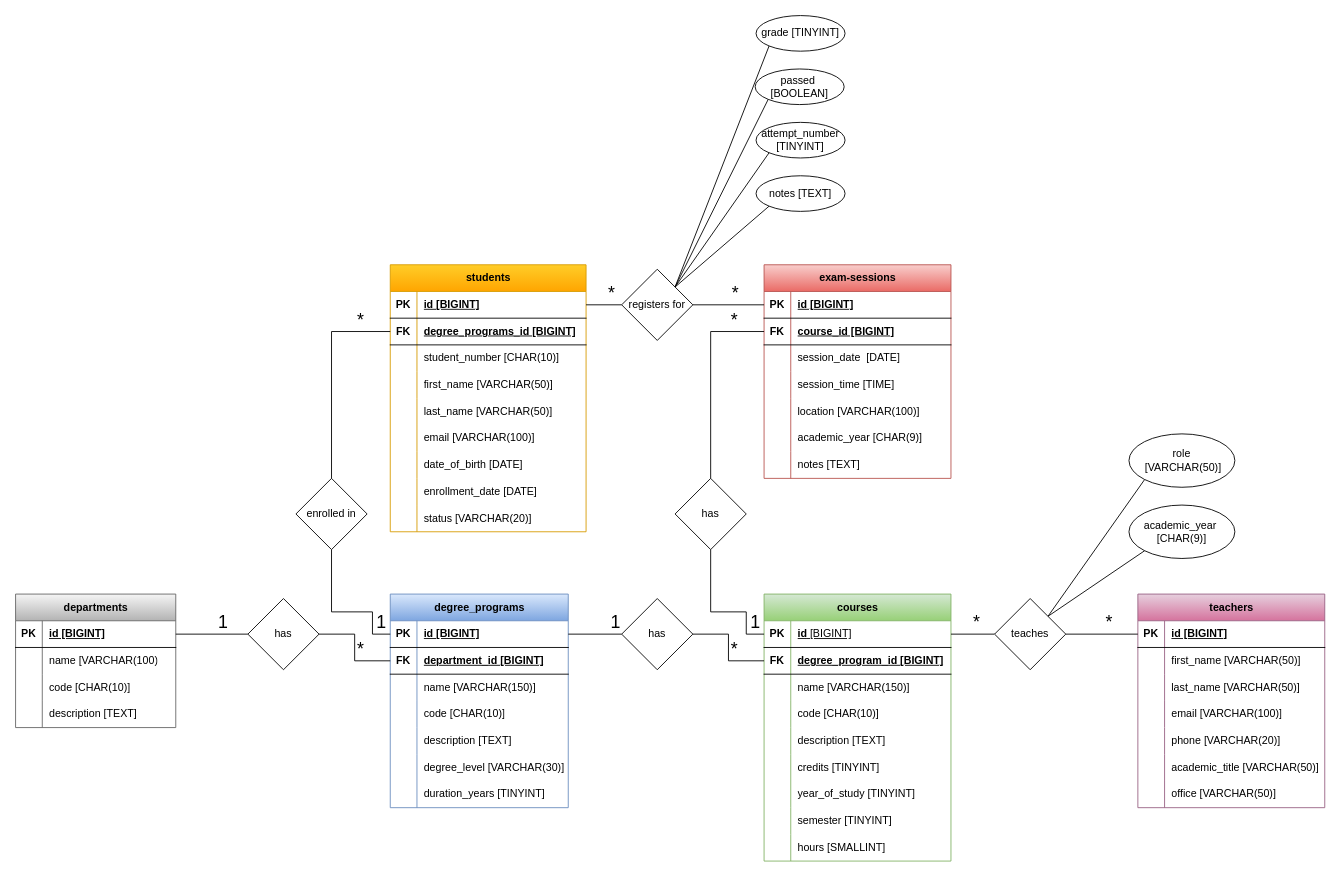
The draw.io diagram db-university.drawio in giovannimazzi/db-university, before the edit. Source tidied: cells renumbered, new cells numbered last; positions are measured from the earlier drawing's top-left corner, leaving out a move shared by most shapes. Both pictures are drawn from the tidied source at 89%, with x=0, y=0 at pixel (15, 15).
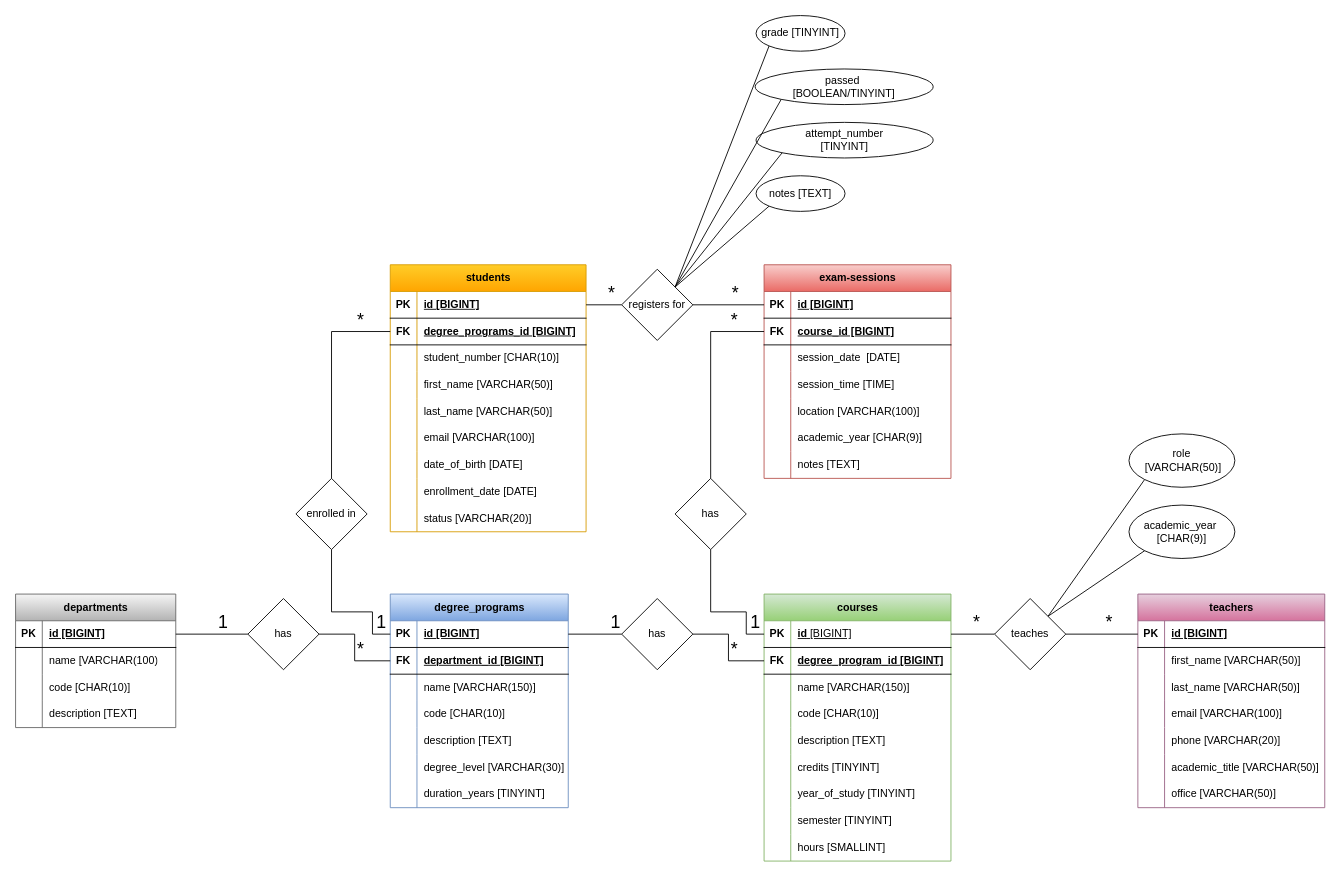
Above is the later version.

Commit message (it also covers changes not shown here):
add alternative data type for boolean

What changed in the source:
```diff
@@
     <mxCell id="177" value="attempt_number&lt;div&gt;[TINYINT]&lt;/div&gt;" style="ellipse;whiteSpace=wrap;html=1;align=center;" parent="1" vertex="1">
-      <mxGeometry x="832" y="120" width="100" height="40" as="geometry" />
+      <mxGeometry x="832" y="120" width="199" height="40" as="geometry" />
     </mxCell>
@@
-    <mxCell id="183" value="passed&lt;span style=&quot;text-align: left;&quot;&gt;&amp;nbsp;&lt;/span&gt;&lt;div&gt;&lt;span style=&quot;text-align: left;&quot;&gt;[BOOLEAN]&lt;/span&gt;&lt;/div&gt;" style="ellipse;whiteSpace=wrap;html=1;align=center;" parent="1" vertex="1">
-      <mxGeometry x="831" y="60" width="100" height="40" as="geometry" />
+    <mxCell id="183" value="passed&lt;span style=&quot;text-align: left;&quot;&gt;&amp;nbsp;&lt;/span&gt;&lt;div&gt;&lt;span style=&quot;text-align: left;&quot;&gt;[BOOLEAN/TINYINT]&lt;/span&gt;&lt;/div&gt;" style="ellipse;whiteSpace=wrap;html=1;align=center;" parent="1" vertex="1">
+      <mxGeometry x="831" y="60" width="200" height="40" as="geometry" />
     </mxCell>
```
